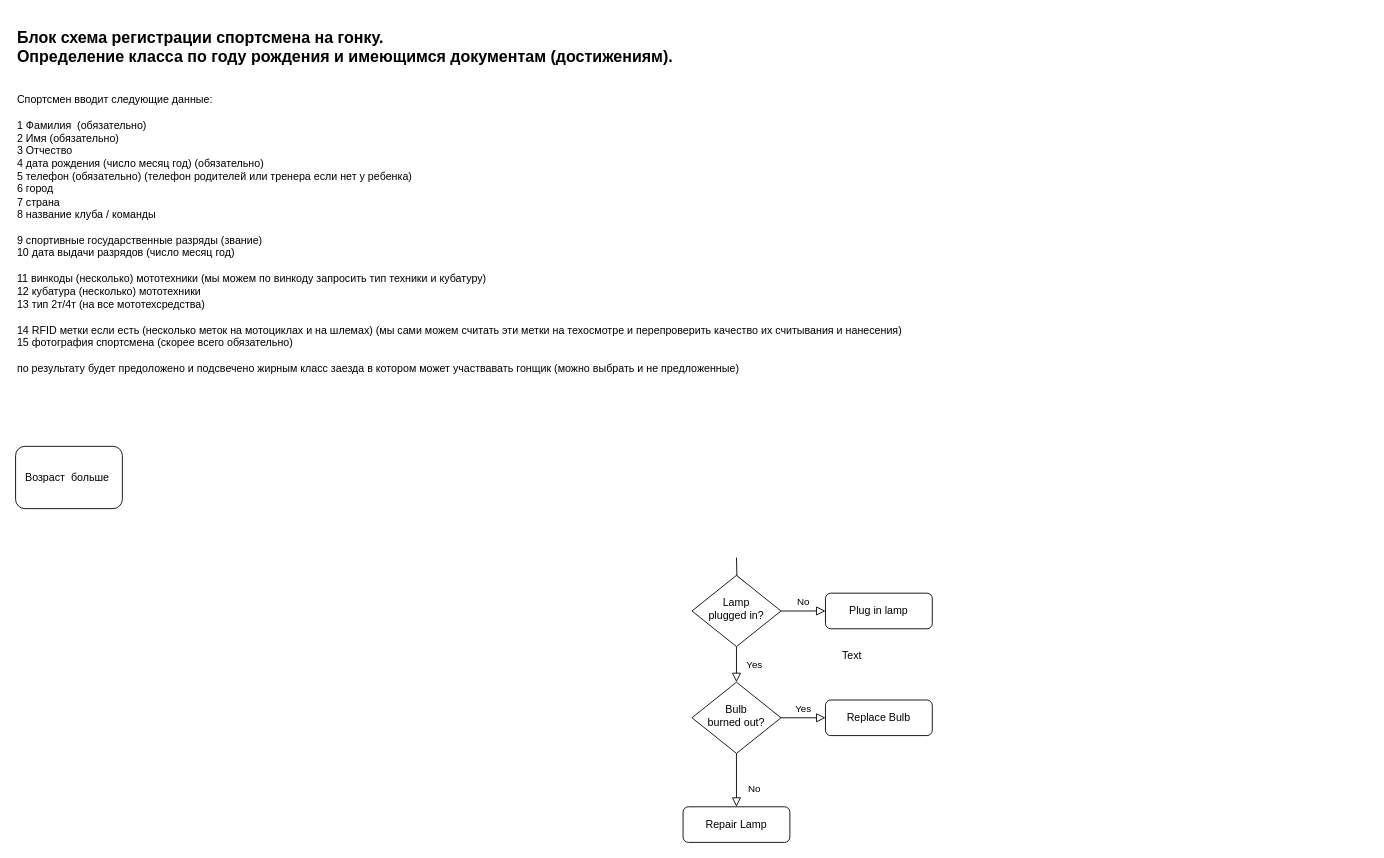
Earlier version of the draw.io diagram signup.drawio (matveynator/chicha-timekeeper-v1). Source tidied: cells renumbered, new cells numbered last; positions are measured from the earlier drawing's top-left corner, leaving out a move shared by most shapes. Both pictures are drawn from the tidied source at 89%, with x=0, y=0 at pixel (15, 23).
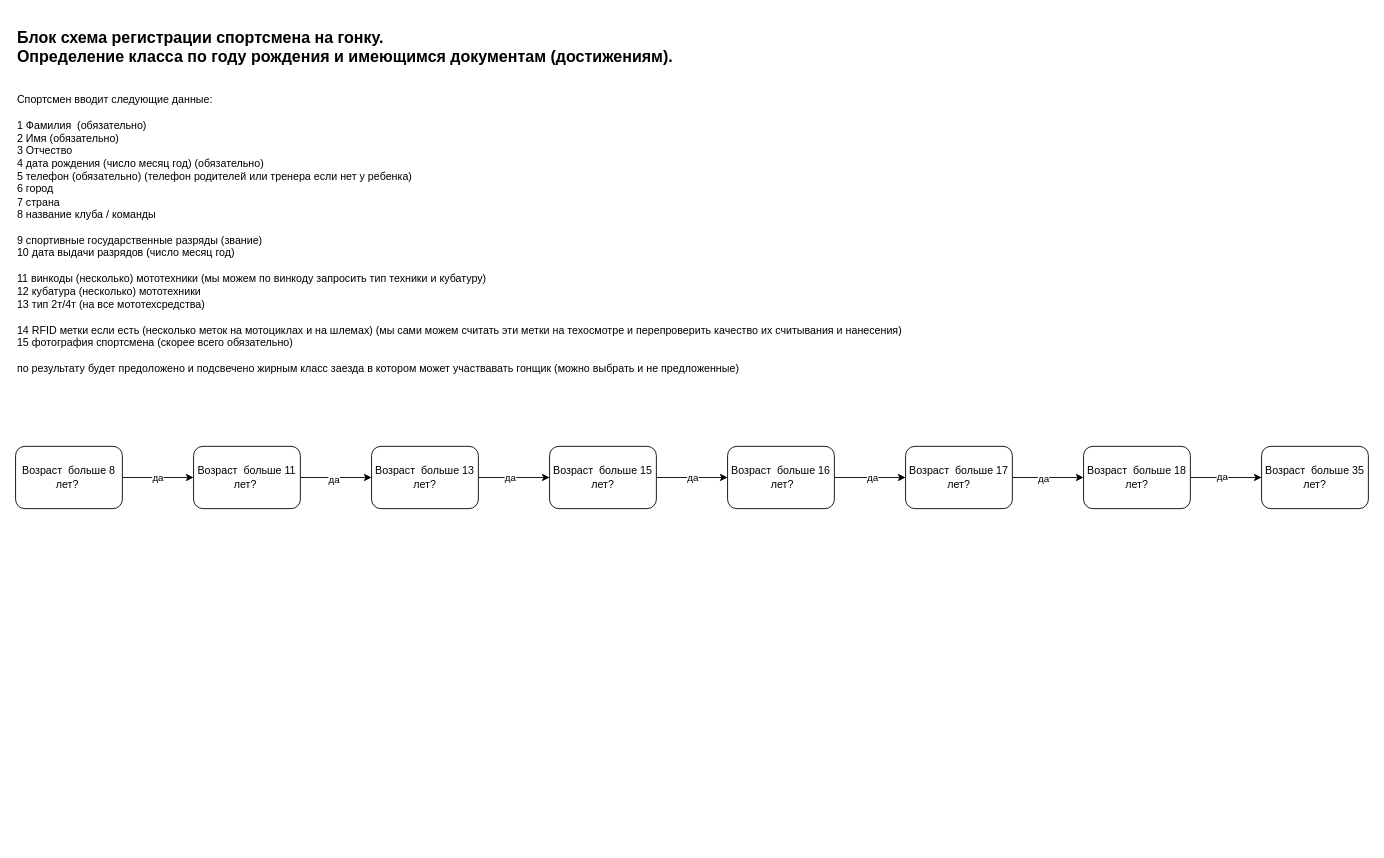
The same diagram, later.

The edit, as a diff of the source:
```diff
@@
-    <mxCell id="2" style="rounded=0;html=1;jettySize=auto;fontSize=11;endArrow=block;endFill=0;endSize=8;strokeWidth=1;shadow=0;labelBackgroundColor=none;edgeStyle=orthogonalEdgeStyle;" parent="1" edge="1" target="6">
-      <mxGeometry relative="1" as="geometry">
-        <mxPoint x="810" y="600" as="sourcePoint" />
-      </mxGeometry>
-    </mxCell>
+    <mxCell id="15" value="да" style="edgeStyle=orthogonalEdgeStyle;rounded=0;jettySize=auto;html=1;" parent="1" edge="1" source="3" target="18">
+      <mxGeometry relative="1" as="geometry" />
+    </mxCell>
-    <mxCell id="3" value="Возраст &amp;nbsp;больше&amp;nbsp;" style="rounded=1;whiteSpace=wrap;html=1;fontSize=12;glass=0;strokeWidth=1;shadow=0;" parent="1" vertex="1">
+    <mxCell id="3" value="Возраст &amp;nbsp;больше 8 лет?&amp;nbsp;" style="rounded=1;whiteSpace=wrap;html=1;fontSize=12;glass=0;strokeWidth=1;shadow=0;" parent="1" vertex="1">
       <mxGeometry y="475" width="120" height="70" as="geometry" />
     </mxCell>
-    <mxCell id="4" value="Yes" style="rounded=0;html=1;jettySize=auto;fontSize=11;endArrow=block;endFill=0;endSize=8;strokeWidth=1;shadow=0;labelBackgroundColor=none;edgeStyle=orthogonalEdgeStyle;" parent="1" edge="1" source="6" target="10">
-      <mxGeometry y="20" relative="1" as="geometry" />
-    </mxCell>
-    <mxCell id="5" value="No" style="edgeStyle=orthogonalEdgeStyle;rounded=0;html=1;jettySize=auto;fontSize=11;endArrow=block;endFill=0;endSize=8;strokeWidth=1;shadow=0;labelBackgroundColor=none;" parent="1" edge="1" source="6" target="7">
-      <mxGeometry y="10" relative="1" as="geometry" />
-    </mxCell>
-    <mxCell id="6" value="Lamp&lt;br&gt;plugged in?" style="rhombus;whiteSpace=wrap;html=1;shadow=0;fontFamily=Helvetica;fontSize=12;align=center;strokeWidth=1;spacing=6;spacingTop=-4;" parent="1" vertex="1">
-      <mxGeometry x="760" y="620" width="100" height="80" as="geometry" />
-    </mxCell>
-    <mxCell id="7" value="Plug in lamp" style="rounded=1;whiteSpace=wrap;html=1;fontSize=12;glass=0;strokeWidth=1;shadow=0;" parent="1" vertex="1">
-      <mxGeometry x="910" y="640" width="120" height="40" as="geometry" />
-    </mxCell>
-    <mxCell id="8" value="No" style="rounded=0;html=1;jettySize=auto;fontSize=11;endArrow=block;endFill=0;endSize=8;strokeWidth=1;shadow=0;labelBackgroundColor=none;edgeStyle=orthogonalEdgeStyle;" parent="1" edge="1" source="10" target="11">
-      <mxGeometry x="0.33" y="20" relative="1" as="geometry" />
-    </mxCell>
-    <mxCell id="9" value="Yes" style="edgeStyle=orthogonalEdgeStyle;rounded=0;html=1;jettySize=auto;fontSize=11;endArrow=block;endFill=0;endSize=8;strokeWidth=1;shadow=0;labelBackgroundColor=none;" parent="1" edge="1" source="10" target="12">
-      <mxGeometry y="10" relative="1" as="geometry" />
-    </mxCell>
-    <mxCell id="10" value="Bulb&lt;br&gt;burned out?" style="rhombus;whiteSpace=wrap;html=1;shadow=0;fontFamily=Helvetica;fontSize=12;align=center;strokeWidth=1;spacing=6;spacingTop=-4;" parent="1" vertex="1">
-      <mxGeometry x="760" y="740" width="100" height="80" as="geometry" />
-    </mxCell>
-    <mxCell id="11" value="Repair Lamp" style="rounded=1;whiteSpace=wrap;html=1;fontSize=12;glass=0;strokeWidth=1;shadow=0;" parent="1" vertex="1">
-      <mxGeometry x="750" y="880" width="120" height="40" as="geometry" />
-    </mxCell>
-    <mxCell id="12" value="Replace Bulb" style="rounded=1;whiteSpace=wrap;html=1;fontSize=12;glass=0;strokeWidth=1;shadow=0;" parent="1" vertex="1">
-      <mxGeometry x="910" y="760" width="120" height="40" as="geometry" />
-    </mxCell>
-    <mxCell id="13" value="Text" style="text;html=1;strokeColor=none;fillColor=none;align=center;verticalAlign=middle;whiteSpace=wrap;rounded=0;" parent="1" vertex="1">
-      <mxGeometry x="920" y="700" width="40" height="20" as="geometry" />
-    </mxCell>
@@
+    <mxCell id="16" style="edgeStyle=orthogonalEdgeStyle;rounded=0;jettySize=auto;html=1;" parent="1" edge="1" source="18" target="21">
+      <mxGeometry relative="1" as="geometry" />
+    </mxCell>
+    <mxCell id="17" value="да" style="edgeLabel;html=1;align=center;verticalAlign=middle;" parent="16" vertex="1">
+      <mxGeometry x="-0.07" y="-2" relative="1" as="geometry" />
+    </mxCell>
+    <mxCell id="18" value="Возраст &amp;nbsp;больше 11 лет?&amp;nbsp;" style="rounded=1;whiteSpace=wrap;html=1;fontSize=12;glass=0;strokeWidth=1;shadow=0;" parent="1" vertex="1">
+      <mxGeometry x="200" y="475" width="120" height="70" as="geometry" />
+    </mxCell>
+    <mxCell id="19" style="edgeStyle=orthogonalEdgeStyle;rounded=0;jettySize=auto;html=1;" parent="1" edge="1" source="21" target="24">
+      <mxGeometry relative="1" as="geometry" />
+    </mxCell>
+    <mxCell id="20" value="да" style="edgeLabel;html=1;align=center;verticalAlign=middle;" parent="19" vertex="1">
+      <mxGeometry x="-0.12" relative="1" as="geometry" />
+    </mxCell>
+    <mxCell id="21" value="Возраст &amp;nbsp;больше 13 лет?" style="rounded=1;whiteSpace=wrap;html=1;fontSize=12;glass=0;strokeWidth=1;shadow=0;" parent="1" vertex="1">
+      <mxGeometry x="400" y="475" width="120" height="70" as="geometry" />
+    </mxCell>
+    <mxCell id="22" style="edgeStyle=orthogonalEdgeStyle;rounded=0;jettySize=auto;html=1;" parent="1" edge="1" source="24" target="27">
+      <mxGeometry relative="1" as="geometry" />
+    </mxCell>
+    <mxCell id="23" value="да" style="edgeLabel;html=1;align=center;verticalAlign=middle;" parent="22" vertex="1">
+      <mxGeometry y="1" relative="1" as="geometry" />
+    </mxCell>
+    <mxCell id="24" value="Возраст &amp;nbsp;больше 15 лет?" style="rounded=1;whiteSpace=wrap;html=1;fontSize=12;glass=0;strokeWidth=1;shadow=0;" parent="1" vertex="1">
+      <mxGeometry x="600" y="475" width="120" height="70" as="geometry" />
+    </mxCell>
+    <mxCell id="25" style="edgeStyle=orthogonalEdgeStyle;rounded=0;jettySize=auto;html=1;" parent="1" edge="1" source="27" target="30">
+      <mxGeometry relative="1" as="geometry" />
+    </mxCell>
+    <mxCell id="26" value="да" style="edgeLabel;html=1;align=center;verticalAlign=middle;" parent="25" vertex="1">
+      <mxGeometry x="0.05" relative="1" as="geometry" />
+    </mxCell>
+    <mxCell id="27" value="Возраст &amp;nbsp;больше 16&lt;br&gt;&amp;nbsp;лет?" style="rounded=1;whiteSpace=wrap;html=1;fontSize=12;glass=0;strokeWidth=1;shadow=0;" parent="1" vertex="1">
+      <mxGeometry x="800" y="475" width="120" height="70" as="geometry" />
+    </mxCell>
+    <mxCell id="28" style="edgeStyle=orthogonalEdgeStyle;rounded=0;jettySize=auto;html=1;" parent="1" edge="1" source="30" target="33">
+      <mxGeometry relative="1" as="geometry" />
+    </mxCell>
+    <mxCell id="29" value="да" style="edgeLabel;html=1;align=center;verticalAlign=middle;" parent="28" vertex="1">
+      <mxGeometry x="-0.15" y="-1" relative="1" as="geometry" />
+    </mxCell>
+    <mxCell id="30" value="Возраст &amp;nbsp;больше 17 лет?" style="rounded=1;whiteSpace=wrap;html=1;fontSize=12;glass=0;strokeWidth=1;shadow=0;" parent="1" vertex="1">
+      <mxGeometry x="1000" y="475" width="120" height="70" as="geometry" />
+    </mxCell>
+    <mxCell id="31" style="edgeStyle=orthogonalEdgeStyle;rounded=0;jettySize=auto;html=1;" parent="1" edge="1" source="33" target="34">
+      <mxGeometry relative="1" as="geometry" />
+    </mxCell>
+    <mxCell id="32" value="да" style="edgeLabel;html=1;align=center;verticalAlign=middle;" parent="31" vertex="1">
+      <mxGeometry x="-0.12" y="2" relative="1" as="geometry" />
+    </mxCell>
+    <mxCell id="33" value="Возраст &amp;nbsp;больше 18 лет?" style="rounded=1;whiteSpace=wrap;html=1;fontSize=12;glass=0;strokeWidth=1;shadow=0;" parent="1" vertex="1">
+      <mxGeometry x="1200" y="475" width="120" height="70" as="geometry" />
+    </mxCell>
+    <mxCell id="34" value="Возраст &amp;nbsp;больше 35&lt;br&gt;лет?" style="rounded=1;whiteSpace=wrap;html=1;fontSize=12;glass=0;strokeWidth=1;shadow=0;" parent="1" vertex="1">
+      <mxGeometry x="1400" y="475" width="120" height="70" as="geometry" />
+    </mxCell>
```
